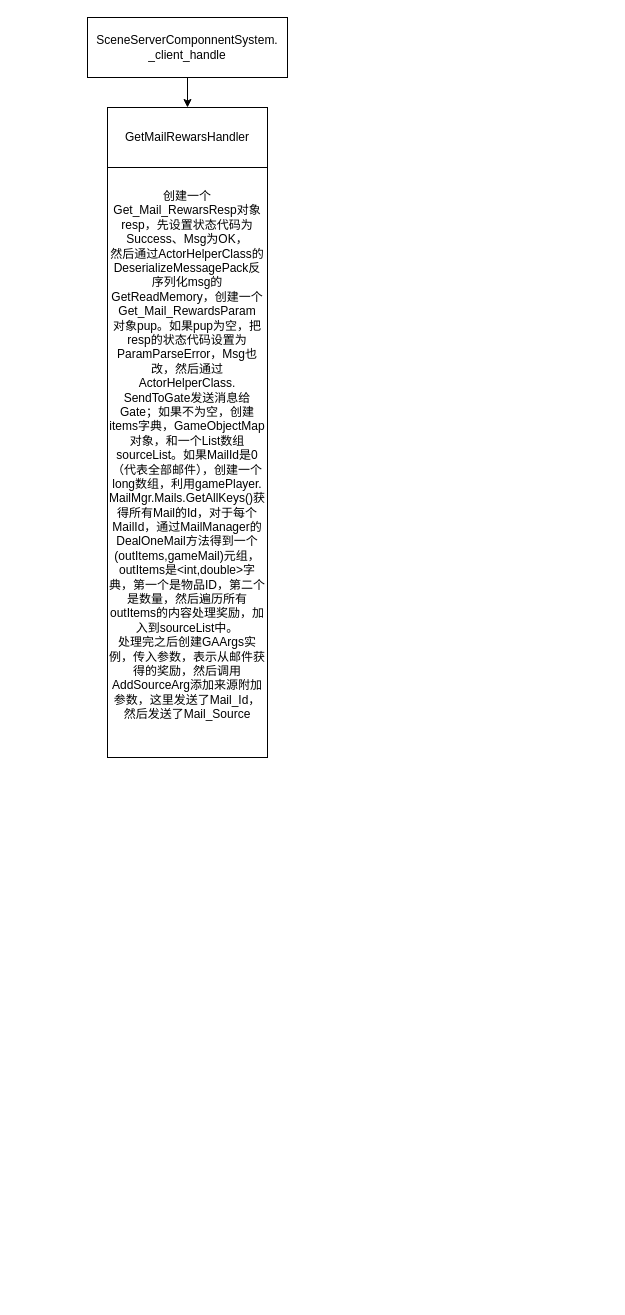
Before: 邮件.drawio in Eacie/draw, a draw.io diagram. Source tidied: cells renumbered, new cells numbered last; positions are measured from the earlier drawing's top-left corner, leaving out a move shared by most shapes. Both pictures are drawn from the tidied source at 100%, with x=0, y=0 at pixel (87, 17).
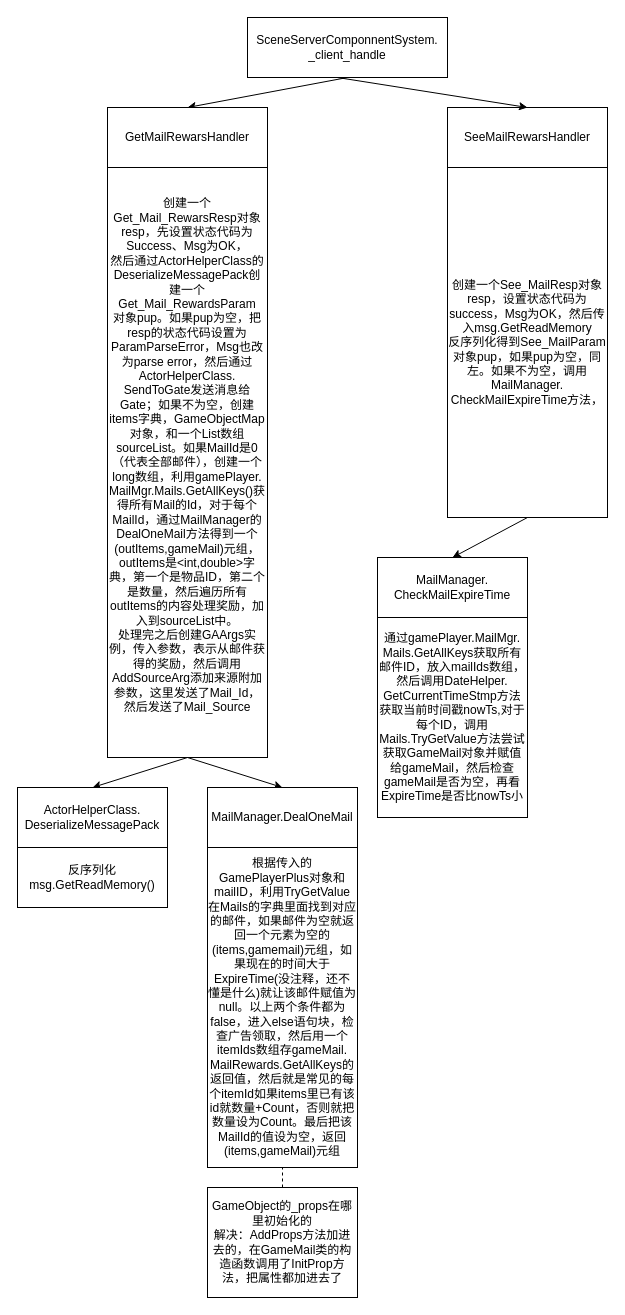
After the change.

Change to the diagram source:
```diff
@@
     <mxCell id="2" value="SceneServerComponnentSystem.&lt;br&gt;_client_handle" style="rounded=0;whiteSpace=wrap;html=1;" parent="1" vertex="1">
-      <mxGeometry width="200" height="60" as="geometry" />
+      <mxGeometry x="160" width="200" height="60" as="geometry" />
     </mxCell>
@@
-    <mxCell id="5" value="创建一个Get_Mail_RewarsResp对象resp，先设置状态代码为Success、Msg为OK，&lt;br&gt;然后通过ActorHelperClass的DeserializeMessagePack反序列化msg的GetReadMemory，创建一个Get_Mail_RewardsParam&lt;br&gt;对象pup。如果pup为空，把resp的状态代码设置为ParamParseError，Msg也改，然后通过ActorHelperClass.&lt;br&gt;SendToGate发送消息给Gate；如果不为空，创建items字典，GameObjectMap对象，和一个List数组sourceList。如果MailId是0（代表全部邮件），创建一个long数组，利用gamePlayer.&lt;br&gt;&lt;div style=&quot;&quot;&gt;&lt;span style=&quot;background-color: initial;&quot;&gt;MailMgr.Mails.GetAllKeys()获得所有Mail的Id，对于每个MailId，通过MailManager的DealOneMail方法得到一个(outItems,gameMail)元组，outItems是&amp;lt;int,double&amp;gt;字典，第一个是物品ID，第二个是数量，然后遍历所有outItems的内容处理奖励，加入到sourceList中。&lt;/span&gt;&lt;/div&gt;&lt;div style=&quot;&quot;&gt;&lt;span style=&quot;background-color: initial;&quot;&gt;处理完之后创建GAArgs实例，传入参数，表示从邮件获得的奖励，然后调用AddSourceArg添加来源附加参数，这里发送了Mail_Id，然后发送了Mail_Source&lt;/span&gt;&lt;/div&gt;&lt;div style=&quot;&quot;&gt;&lt;span style=&quot;background-color: initial;&quot;&gt;&lt;br&gt;&lt;/span&gt;&lt;/div&gt;" style="rounded=0;whiteSpace=wrap;html=1;" parent="1" vertex="1">
+    <mxCell id="5" value="创建一个Get_Mail_RewarsResp对象resp，先设置状态代码为Success、Msg为OK，&lt;br&gt;然后通过ActorHelperClass的DeserializeMessagePack创建一个Get_Mail_RewardsParam&lt;br&gt;对象pup。如果pup为空，把resp的状态代码设置为ParamParseError，Msg也改为parse error，然后通过ActorHelperClass.&lt;br&gt;SendToGate发送消息给Gate；如果不为空，创建items字典，GameObjectMap对象，和一个List数组sourceList。如果MailId是0（代表全部邮件），创建一个long数组，利用gamePlayer.&lt;br&gt;&lt;div style=&quot;&quot;&gt;&lt;span style=&quot;background-color: initial;&quot;&gt;MailMgr.Mails.GetAllKeys()获得所有Mail的Id，对于每个MailId，通过MailManager的DealOneMail方法得到一个(outItems,gameMail)元组，outItems是&amp;lt;int,double&amp;gt;字典，第一个是物品ID，第二个是数量，然后遍历所有outItems的内容处理奖励，加入到sourceList中。&lt;/span&gt;&lt;/div&gt;&lt;div style=&quot;&quot;&gt;&lt;span style=&quot;background-color: initial;&quot;&gt;处理完之后创建GAArgs实例，传入参数，表示从邮件获得的奖励，然后调用AddSourceArg添加来源附加参数，这里发送了Mail_Id，然后发送了Mail_Source&lt;/span&gt;&lt;/div&gt;&lt;div style=&quot;&quot;&gt;&lt;span style=&quot;background-color: initial;&quot;&gt;&lt;br&gt;&lt;/span&gt;&lt;/div&gt;" style="rounded=0;whiteSpace=wrap;html=1;" parent="1" vertex="1">
       <mxGeometry x="20" y="150" width="160" height="590" as="geometry" />
     </mxCell>
+    <mxCell id="6" style="endArrow=classic;html=1;rounded=0;exitX=0.5;exitY=1;exitDx=0;exitDy=0;entryX=0.5;entryY=0;entryDx=0;entryDy=0;" parent="1" edge="1" source="5" target="7">
+      <mxGeometry relative="1" as="geometry" />
+    </mxCell>
+    <mxCell id="7" value="ActorHelperClass.&lt;br&gt;DeserializeMessagePack" style="rounded=0;whiteSpace=wrap;html=1;" parent="1" vertex="1">
+      <mxGeometry x="-70" y="770" width="150" height="60" as="geometry" />
+    </mxCell>
+    <mxCell id="8" value="反序列化msg.GetReadMemory()" style="rounded=0;whiteSpace=wrap;html=1;" parent="1" vertex="1">
+      <mxGeometry x="-70" y="830" width="150" height="60" as="geometry" />
+    </mxCell>
+    <mxCell id="9" style="endArrow=classic;html=1;rounded=0;exitX=0.5;exitY=1;exitDx=0;exitDy=0;entryX=0.5;entryY=0;entryDx=0;entryDy=0;" parent="1" edge="1" source="5" target="10">
+      <mxGeometry relative="1" as="geometry" />
+    </mxCell>
+    <mxCell id="10" value="MailManager.DealOneMail" style="rounded=0;whiteSpace=wrap;html=1;" parent="1" vertex="1">
+      <mxGeometry x="120" y="770" width="150" height="60" as="geometry" />
+    </mxCell>
+    <mxCell id="11" value="根据传入的GamePlayerPlus对象和mailID，利用TryGetValue在Mails的字典里面找到对应的邮件，如果邮件为空就返回一个元素为空的(items,gamemail)元组，如果现在的时间大于ExpireTime(没注释，还不懂是什么)就让该邮件赋值为null。以上两个条件都为false，进入else语句块，检查广告领取，然后用一个itemIds数组存gameMail.&lt;br&gt;MailRewards.GetAllKeys的返回值，然后就是常见的每个itemId如果items里已有该id就数量+Count，否则就把数量设为Count。最后把该MailId的值设为空，返回(items,gameMail)元组" style="rounded=0;whiteSpace=wrap;html=1;" parent="1" vertex="1">
+      <mxGeometry x="120" y="830" width="150" height="320" as="geometry" />
+    </mxCell>
+    <mxCell id="12" style="endArrow=none;dashed=1;html=1;rounded=0;entryX=0.5;entryY=1;entryDx=0;entryDy=0;exitX=0.5;exitY=0;exitDx=0;exitDy=0;" parent="1" edge="1" source="13" target="11">
+      <mxGeometry relative="1" as="geometry" />
+    </mxCell>
+    <mxCell id="13" value="GameObject的_props在哪里初始化的&lt;br&gt;解决：AddProps方法加进去的，在GameMail类的构造函数调用了InitProp方法，把属性都加进去了" style="rounded=0;whiteSpace=wrap;html=1;" parent="1" vertex="1">
+      <mxGeometry x="120" y="1170" width="150" height="110" as="geometry" />
+    </mxCell>
+    <mxCell id="14" value="SeeMailRewarsHandler" style="rounded=0;whiteSpace=wrap;html=1;" parent="1" vertex="1">
+      <mxGeometry x="360" y="90" width="160" height="60" as="geometry" />
+    </mxCell>
+    <mxCell id="15" value="创建一个See_MailResp对象resp，设置状态代码为success，Msg为OK，然后传入msg.GetReadMemory&lt;br&gt;反序列化得到See_MailParam对象pup，如果pup为空，同左。如果不为空，调用MailManager.&lt;br&gt;CheckMailExpireTime方法，" style="rounded=0;whiteSpace=wrap;html=1;" parent="1" vertex="1">
+      <mxGeometry x="360" y="150" width="160" height="350" as="geometry" />
+    </mxCell>
+    <mxCell id="16" style="endArrow=classic;html=1;rounded=0;entryX=0.5;entryY=0;entryDx=0;entryDy=0;" parent="1" edge="1" target="14">
+      <mxGeometry relative="1" as="geometry">
+        <mxPoint x="250" y="60" as="sourcePoint" />
+      </mxGeometry>
+    </mxCell>
+    <mxCell id="17" style="endArrow=classic;html=1;rounded=0;exitX=0.5;exitY=1;exitDx=0;exitDy=0;entryX=0.5;entryY=0;entryDx=0;entryDy=0;" parent="1" edge="1" source="15" target="18">
+      <mxGeometry relative="1" as="geometry" />
+    </mxCell>
+    <mxCell id="18" value="MailManager.&lt;br style=&quot;border-color: var(--border-color);&quot;&gt;CheckMailExpireTime" style="rounded=0;whiteSpace=wrap;html=1;" parent="1" vertex="1">
+      <mxGeometry x="290" y="540" width="150" height="60" as="geometry" />
+    </mxCell>
+    <mxCell id="19" value="通过gamePlayer.MailMgr.&lt;br style=&quot;border-color: var(--border-color);&quot;&gt;Mails.GetAllKeys获取所有&lt;br&gt;邮件ID，放入mailIds数组，&lt;br&gt;然后调用DateHelper.&lt;br&gt;GetCurrentTimeStmp方法获取当前时间戳nowTs,对于每个ID，调用Mails.TryGetValue方法尝试获取GameMail对象并赋值给gameMail，然后检查gameMail是否为空，再看ExpireTime是否比nowTs小" style="rounded=0;whiteSpace=wrap;html=1;" parent="1" vertex="1">
+      <mxGeometry x="290" y="600" width="150" height="200" as="geometry" />
+    </mxCell>
```
